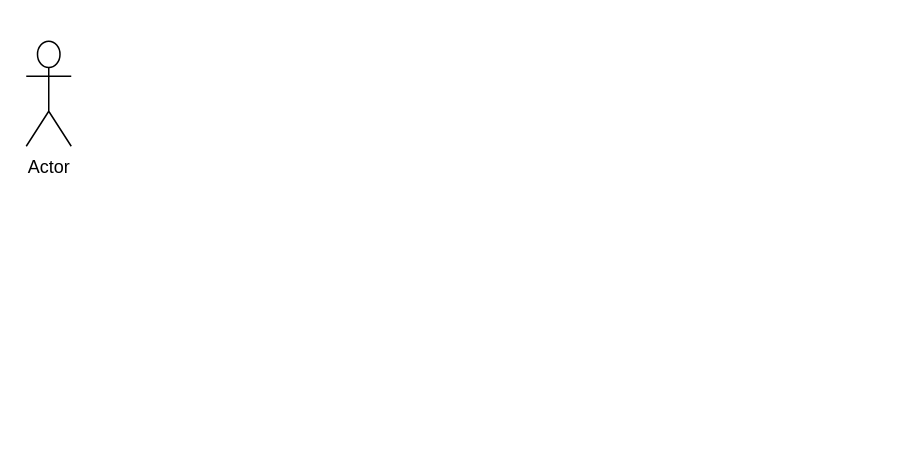
jeave/- keeps this draw.io diagram as 项目流程图.drawio. Above is the earlier version. Source tidied: cells renumbered, new cells numbered last; positions are measured from the earlier drawing's top-left corner, leaving out a move shared by most shapes. Both pictures are drawn from the tidied source at 150%, with x=0, y=0 at pixel (26, 40).
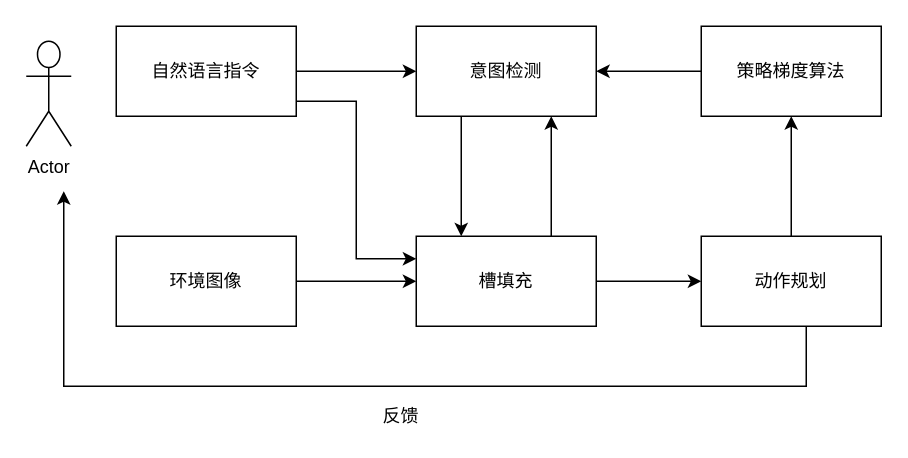
Above is the later version.

Commit message:
更新项目流程图.drawio

What changed in the source:
```diff
@@
+    <mxCell id="3" style="edgeStyle=orthogonalEdgeStyle;rounded=0;jettySize=auto;html=1;" parent="1" edge="1" source="5" target="7">
+      <mxGeometry relative="1" as="geometry" />
+    </mxCell>
+    <mxCell id="4" style="edgeStyle=orthogonalEdgeStyle;rounded=0;jettySize=auto;html=1;entryX=0;entryY=0.25;entryDx=0;entryDy=0;" parent="1" edge="1" source="5" target="10">
+      <mxGeometry relative="1" as="geometry">
+        <Array as="points">
+          <mxPoint x="220" y="40" />
+          <mxPoint x="220" y="145" />
+        </Array>
+      </mxGeometry>
+    </mxCell>
+    <mxCell id="5" value="自然语言指令" style="rounded=0;whiteSpace=wrap;html=1;" parent="1" vertex="1">
+      <mxGeometry x="60" y="-10" width="120" height="60" as="geometry" />
+    </mxCell>
+    <mxCell id="6" style="edgeStyle=orthogonalEdgeStyle;rounded=0;jettySize=auto;html=1;" parent="1" edge="1" source="7" target="10">
+      <mxGeometry relative="1" as="geometry">
+        <Array as="points">
+          <mxPoint x="290" y="100" />
+          <mxPoint x="290" y="100" />
+        </Array>
+      </mxGeometry>
+    </mxCell>
+    <mxCell id="7" value="意图检测" style="rounded=0;whiteSpace=wrap;html=1;" parent="1" vertex="1">
+      <mxGeometry x="260" y="-10" width="120" height="60" as="geometry" />
+    </mxCell>
+    <mxCell id="8" style="edgeStyle=orthogonalEdgeStyle;rounded=0;jettySize=auto;html=1;" parent="1" edge="1" source="10" target="7">
+      <mxGeometry relative="1" as="geometry">
+        <Array as="points">
+          <mxPoint x="350" y="90" />
+          <mxPoint x="350" y="90" />
+        </Array>
+      </mxGeometry>
+    </mxCell>
+    <mxCell id="9" style="edgeStyle=orthogonalEdgeStyle;rounded=0;jettySize=auto;html=1;" parent="1" edge="1" source="10" target="13">
+      <mxGeometry relative="1" as="geometry" />
+    </mxCell>
+    <mxCell id="10" value="槽填充" style="rounded=0;whiteSpace=wrap;html=1;" parent="1" vertex="1">
+      <mxGeometry x="260" y="130" width="120" height="60" as="geometry" />
+    </mxCell>
+    <mxCell id="11" style="edgeStyle=orthogonalEdgeStyle;rounded=0;jettySize=auto;html=1;" parent="1" edge="1" source="13">
+      <mxGeometry relative="1" as="geometry">
+        <mxPoint x="25" y="100" as="targetPoint" />
+        <Array as="points">
+          <mxPoint x="520" y="230" />
+          <mxPoint x="25" y="230" />
+        </Array>
+      </mxGeometry>
+    </mxCell>
+    <mxCell id="12" style="edgeStyle=orthogonalEdgeStyle;rounded=0;jettySize=auto;html=1;" parent="1" edge="1" source="13" target="15">
+      <mxGeometry relative="1" as="geometry" />
+    </mxCell>
+    <mxCell id="13" value="动作规划" style="rounded=0;whiteSpace=wrap;html=1;" parent="1" vertex="1">
+      <mxGeometry x="450" y="130" width="120" height="60" as="geometry" />
+    </mxCell>
+    <mxCell id="14" style="edgeStyle=orthogonalEdgeStyle;rounded=0;jettySize=auto;html=1;entryX=1;entryY=0.5;entryDx=0;entryDy=0;" parent="1" edge="1" source="15" target="7">
+      <mxGeometry relative="1" as="geometry" />
+    </mxCell>
+    <mxCell id="15" value="策略梯度算法" style="rounded=0;whiteSpace=wrap;html=1;" parent="1" vertex="1">
+      <mxGeometry x="450" y="-10" width="120" height="60" as="geometry" />
+    </mxCell>
+    <mxCell id="16" style="edgeStyle=orthogonalEdgeStyle;rounded=0;jettySize=auto;html=1;" parent="1" edge="1" source="17" target="10">
+      <mxGeometry relative="1" as="geometry" />
+    </mxCell>
+    <mxCell id="17" value="环境图像" style="rounded=0;whiteSpace=wrap;html=1;" parent="1" vertex="1">
+      <mxGeometry x="60" y="130" width="120" height="60" as="geometry" />
+    </mxCell>
+    <mxCell id="18" value="反馈" style="text;html=1;strokeColor=none;fillColor=none;align=center;verticalAlign=middle;whiteSpace=wrap;rounded=0;" parent="1" vertex="1">
+      <mxGeometry x="230" y="240" width="40" height="20" as="geometry" />
+    </mxCell>
```
